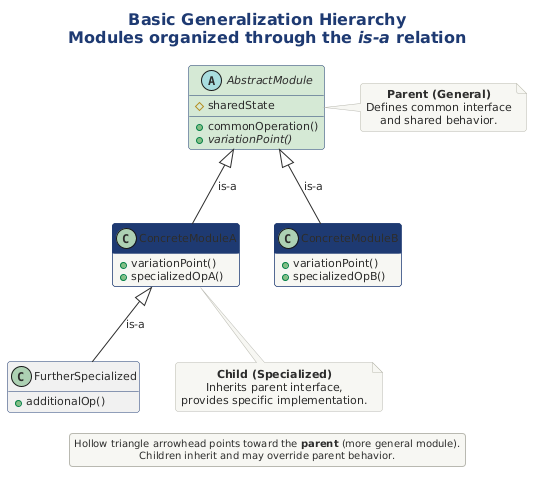
The PlantUML diagram src/architecture/views-and-beyond/style-catalogs/module/generalization-style/png/basic-generalization-hierarchy-modules.png in Notoriousjayy/latex-docs, before a commit.
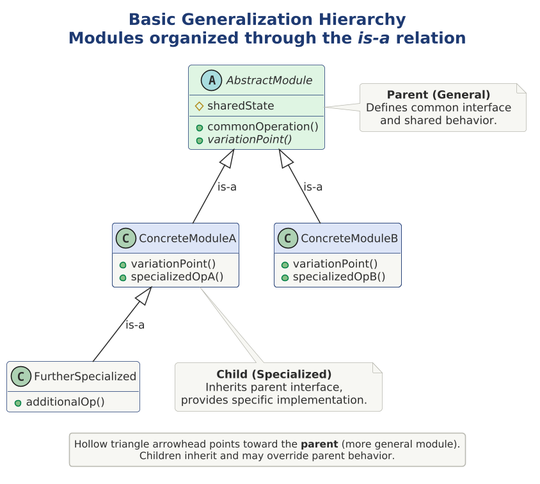
After the change.

Diff of the diagram source:
```diff
@@ -1,10 +1,15 @@
 @startuml
+
+skinparam dpi 150
+
+
+
 
 title **Basic Generalization Hierarchy**\nModules organized through the //is-a// relation
 
 !include ../../../../../../tooling/styles/plantuml/structural/class-diagram-style.iuml
 
-abstract class "AbstractModule" as AM #D5E8D4 {
+abstract class "AbstractModule" as AM $fill_ok {
   + commonOperation()
   {abstract} + variationPoint()
   # sharedState
@@ -20,7 +25,7 @@
   + specializedOpB()
 }
 
-class "FurtherSpecialized" as FS #F0F0F0 {
+class "FurtherSpecialized" as FS $theme_surface {
   + additionalOp()
 }
 
```
